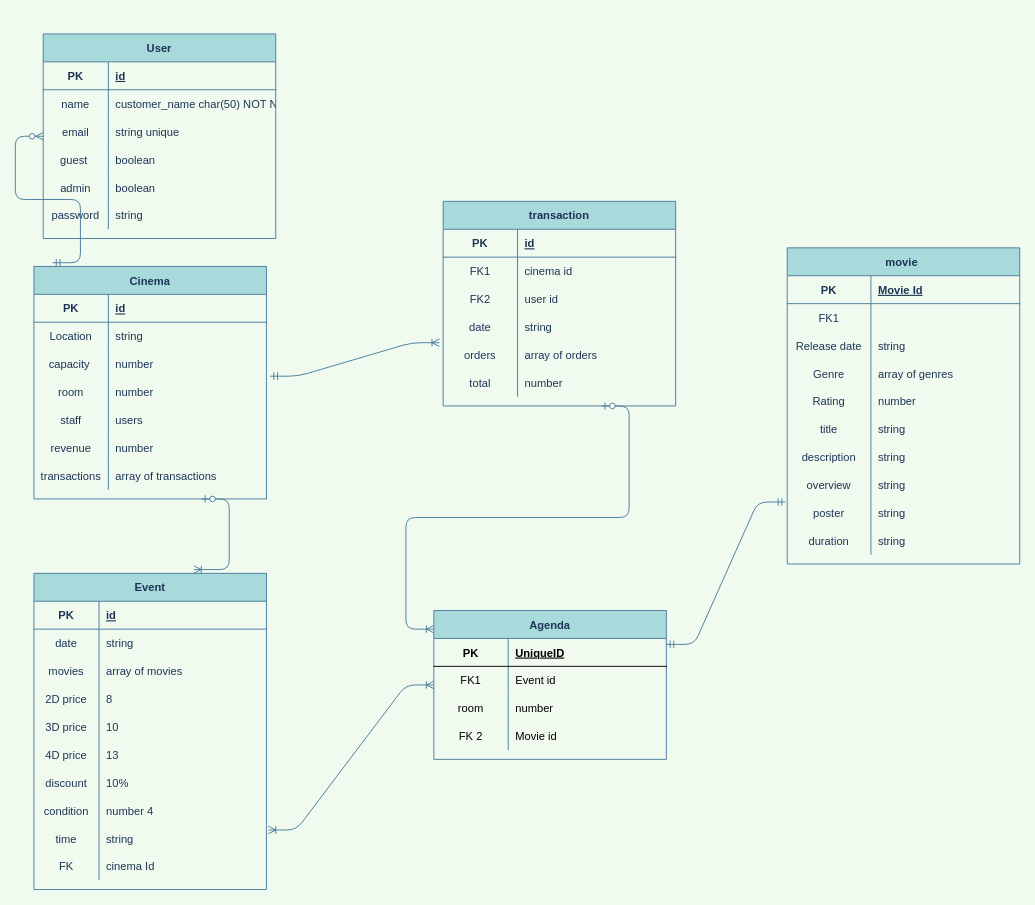
Earlier version of the draw.io diagram page "Page-1" (1 of 2) of Untitled Diagram.drawio (ultrahumus9000/Boolean-Final-Project-Backend). Source tidied: cells renumbered, new cells numbered last; positions are measured from the earlier drawing's top-left corner, leaving out a move shared by most shapes. Both pictures are drawn from the tidied source at 93%, with x=0, y=0 at pixel (33, 33).
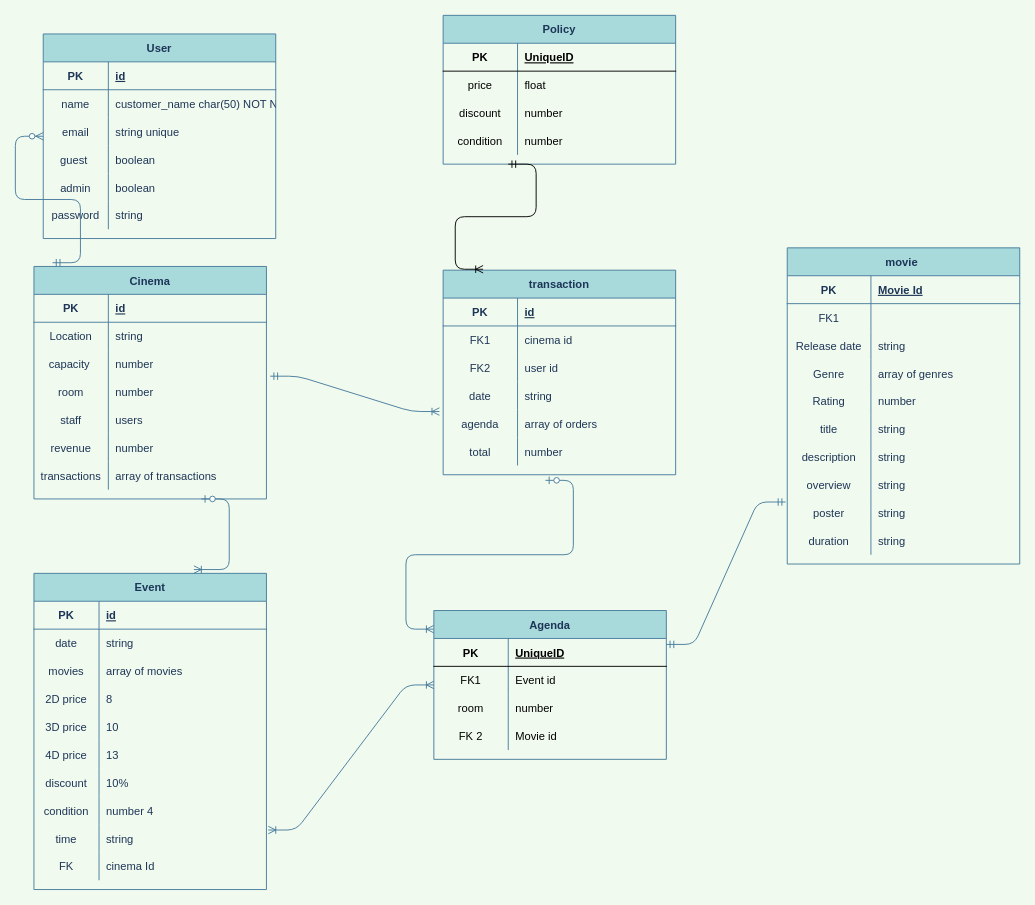
The same diagram, later.

The change refers to these unchanged cells:
```xml
<mxCell id="46" style="shape=partialRectangle;fillColor=none;points=[[0,0.5],[1,0.5]];portConstraint=eastwest;top=0;left=0;right=0;bottom=0;strokeColor=#457B9D;fontColor=#1D3557;" parent="33" vertex="1">
  <mxGeometry y="150" width="250" height="30" as="geometry" />
</mxCell>
```

Diff of the diagram source:
```diff
@@
     <mxCell id="33" value="transaction" style="shape=table;startSize=30;childLayout=tableLayout;rowLines=0;fontStyle=1;align=center;fillColor=#A8DADC;strokeColor=#457B9D;fontColor=#1D3557;" parent="1" vertex="1">
-      <mxGeometry x="440" y="180" width="250" height="220" as="geometry" />
+      <mxGeometry x="440" y="254" width="250" height="220" as="geometry" />
     </mxCell>
@@
-    <mxCell id="47" value="orders" style="shape=partialRectangle;overflow=hidden;fillColor=none;top=0;left=0;bottom=0;right=0;strokeColor=#457B9D;fontColor=#1D3557;" parent="46" vertex="1">
+    <mxCell id="47" value="agenda" style="shape=partialRectangle;overflow=hidden;fillColor=none;top=0;left=0;bottom=0;right=0;strokeColor=#457B9D;fontColor=#1D3557;" parent="46" vertex="1">
       <mxGeometry width="80" height="30" as="geometry" />
     </mxCell>
@@
     <mxCell id="125" style="edgeStyle=entityRelationEdgeStyle;fontSize=12;html=1;endArrow=ERoneToMany;startArrow=ERzeroToOne;fontColor=#1D3557;strokeColor=#457B9D;fillColor=#A8DADC;" parent="1" edge="1">
       <mxGeometry relative="1" as="geometry">
-        <mxPoint x="610" y="400" as="sourcePoint" />
+        <mxPoint x="550" y="480" as="sourcePoint" />
         <mxPoint x="430" y="640" as="targetPoint" />
       </mxGeometry>
     </mxCell>
@@
+    <mxCell id="143" value="Policy" style="shape=table;startSize=30;childLayout=tableLayout;rowLines=0;fontStyle=1;align=center;rounded=0;sketch=0;fontColor=#1D3557;strokeColor=#457B9D;fillColor=#A8DADC;" parent="1" vertex="1">
+      <mxGeometry x="440" y="-20" width="250" height="160" as="geometry" />
+    </mxCell>
+    <mxCell id="144" style="shape=partialRectangle;fillColor=none;top=0;left=0;bottom=1;right=0;" parent="143" vertex="1">
+      <mxGeometry y="30" width="250" height="30" as="geometry" />
+    </mxCell>
+    <mxCell id="145" value="PK" style="shape=partialRectangle;fillColor=none;top=0;left=0;bottom=0;right=0;fontStyle=1;overflow=hidden;" parent="144" vertex="1">
+      <mxGeometry width="80" height="30" as="geometry" />
+    </mxCell>
+    <mxCell id="146" value="UniqueID" style="shape=partialRectangle;fillColor=none;top=0;left=0;bottom=0;right=0;align=left;spacingLeft=6;fontStyle=5;overflow=hidden;" parent="144" vertex="1">
+      <mxGeometry x="80" width="170" height="30" as="geometry" />
+    </mxCell>
+    <mxCell id="147" style="shape=partialRectangle;fillColor=none;top=0;left=0;bottom=0;right=0;" parent="143" vertex="1">
+      <mxGeometry y="60" width="250" height="30" as="geometry" />
+    </mxCell>
+    <mxCell id="148" value="price" style="shape=partialRectangle;fillColor=none;top=0;left=0;bottom=0;right=0;overflow=hidden;" parent="147" vertex="1">
+      <mxGeometry width="80" height="30" as="geometry" />
+    </mxCell>
+    <mxCell id="149" value="float" style="shape=partialRectangle;fillColor=none;top=0;left=0;bottom=0;right=0;align=left;spacingLeft=6;overflow=hidden;" parent="147" vertex="1">
+      <mxGeometry x="80" width="170" height="30" as="geometry" />
+    </mxCell>
+    <mxCell id="150" style="shape=partialRectangle;fillColor=none;top=0;left=0;bottom=0;right=0;" parent="143" vertex="1">
+      <mxGeometry y="90" width="250" height="30" as="geometry" />
+    </mxCell>
+    <mxCell id="151" value="discount" style="shape=partialRectangle;fillColor=none;top=0;left=0;bottom=0;right=0;overflow=hidden;" parent="150" vertex="1">
+      <mxGeometry width="80" height="30" as="geometry" />
+    </mxCell>
+    <mxCell id="152" value="number" style="shape=partialRectangle;fillColor=none;top=0;left=0;bottom=0;right=0;align=left;spacingLeft=6;overflow=hidden;" parent="150" vertex="1">
+      <mxGeometry x="80" width="170" height="30" as="geometry" />
+    </mxCell>
+    <mxCell id="153" style="shape=partialRectangle;fillColor=none;top=0;left=0;bottom=0;right=0;" parent="143" vertex="1">
+      <mxGeometry y="120" width="250" height="30" as="geometry" />
+    </mxCell>
+    <mxCell id="154" value="condition" style="shape=partialRectangle;fillColor=none;top=0;left=0;bottom=0;right=0;overflow=hidden;" parent="153" vertex="1">
+      <mxGeometry width="80" height="30" as="geometry" />
+    </mxCell>
+    <mxCell id="155" value="number" style="shape=partialRectangle;fillColor=none;top=0;left=0;bottom=0;right=0;align=left;spacingLeft=6;overflow=hidden;" parent="153" vertex="1">
+      <mxGeometry x="80" width="170" height="30" as="geometry" />
+    </mxCell>
+    <mxCell id="156" style="edgeStyle=entityRelationEdgeStyle;fontSize=12;html=1;endArrow=ERoneToMany;startArrow=ERmandOne;" parent="1" edge="1">
+      <mxGeometry relative="1" as="geometry">
+        <mxPoint x="510" y="140" as="sourcePoint" />
+        <mxPoint x="483" y="253" as="targetPoint" />
+      </mxGeometry>
+    </mxCell>
```
